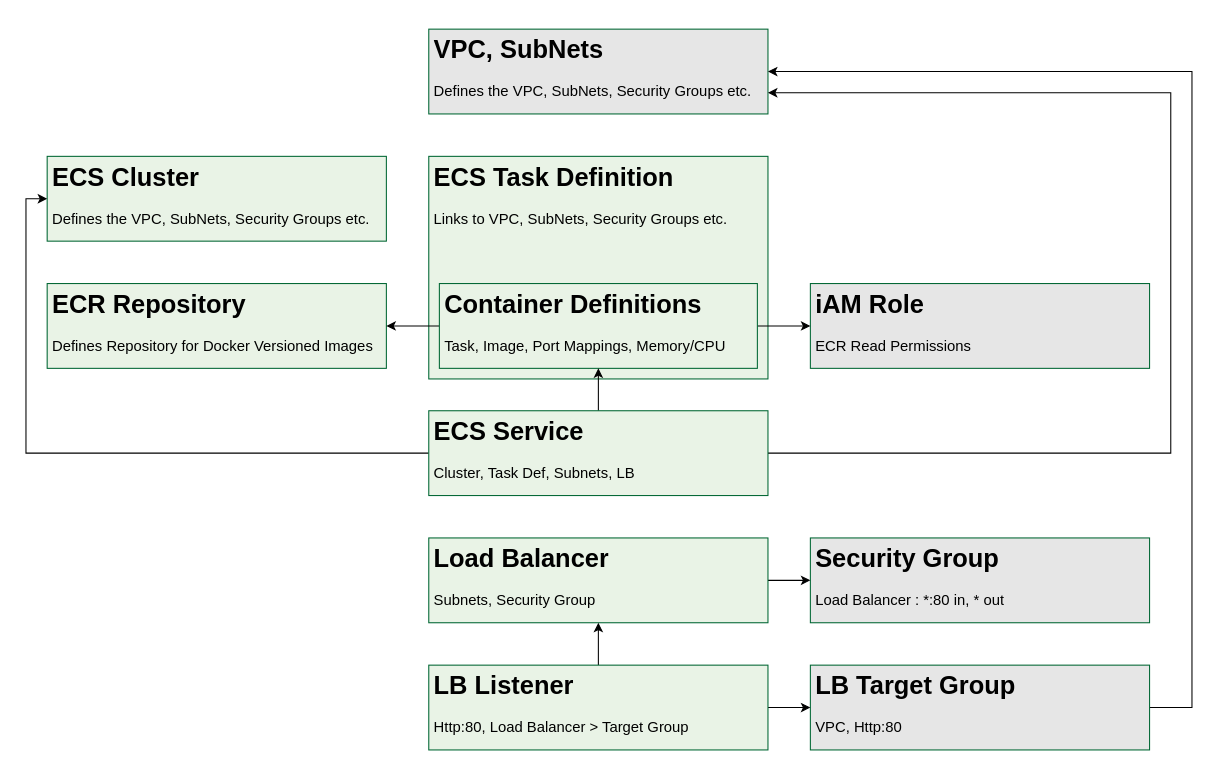
This is page "ECS-FARGATE" (4 of 8) of aws/aws-diagrams.drawio from roybailey/research-devops, a draw.io file, before an edit. Source tidied: cells renumbered, new cells numbered last; positions are measured from the earlier drawing's top-left corner, leaving out a move shared by most shapes. Both pictures are drawn from the tidied source at 106%, with x=0, y=0 at pixel (47, 29).
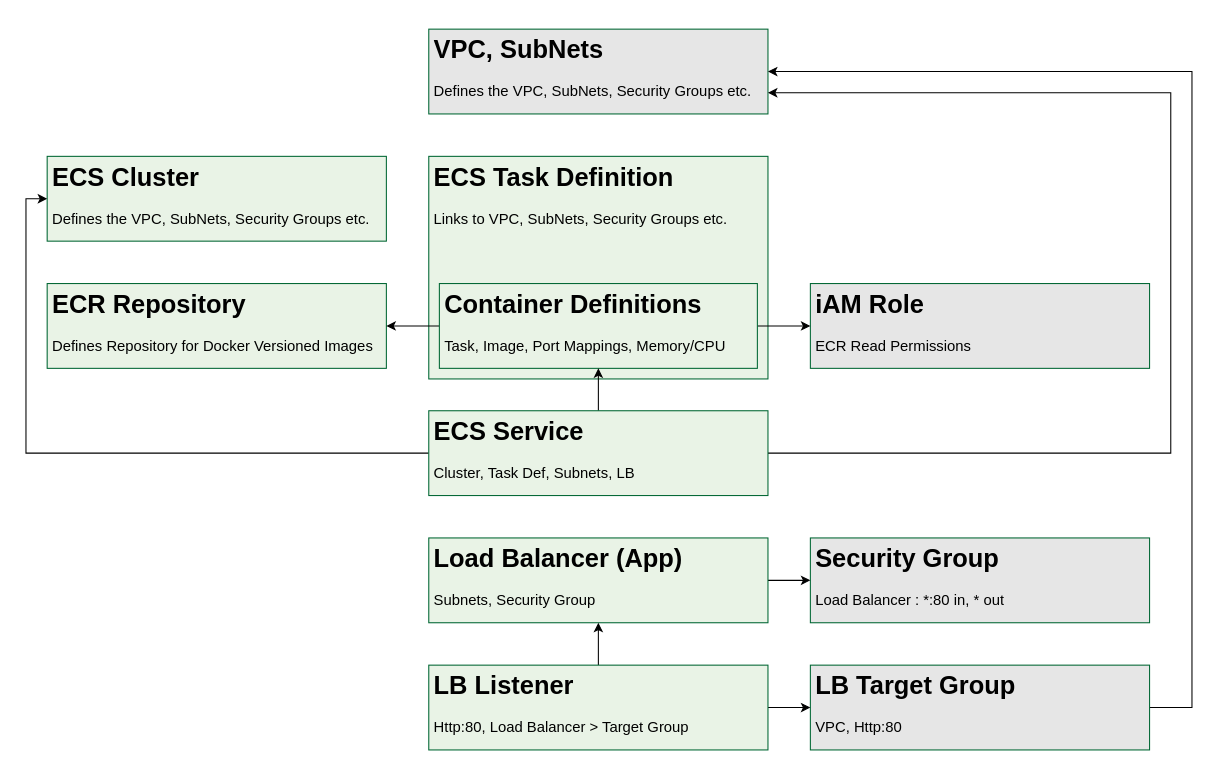
After the change.

What changed in the source:
```diff
@@
-    <mxCell id="12" value="&lt;h1&gt;Load Balancer&lt;/h1&gt;&lt;p&gt;&lt;font style=&quot;font-size: 14px&quot;&gt;Subnets, Security Group&lt;/font&gt;&lt;/p&gt;" style="text;html=1;strokeColor=#006633;fillColor=#E9F3E6;spacing=5;spacingTop=-20;whiteSpace=wrap;overflow=hidden;rounded=0;" parent="1" vertex="1">
+    <mxCell id="12" value="&lt;h1&gt;Load Balancer (App)&lt;/h1&gt;&lt;p&gt;&lt;font style=&quot;font-size: 14px&quot;&gt;Subnets, Security Group&lt;/font&gt;&lt;/p&gt;" style="text;html=1;strokeColor=#006633;fillColor=#E9F3E6;spacing=5;spacingTop=-20;whiteSpace=wrap;overflow=hidden;rounded=0;" parent="1" vertex="1">
       <mxGeometry x="360" y="480" width="320" height="80" as="geometry" />
     </mxCell>
```
